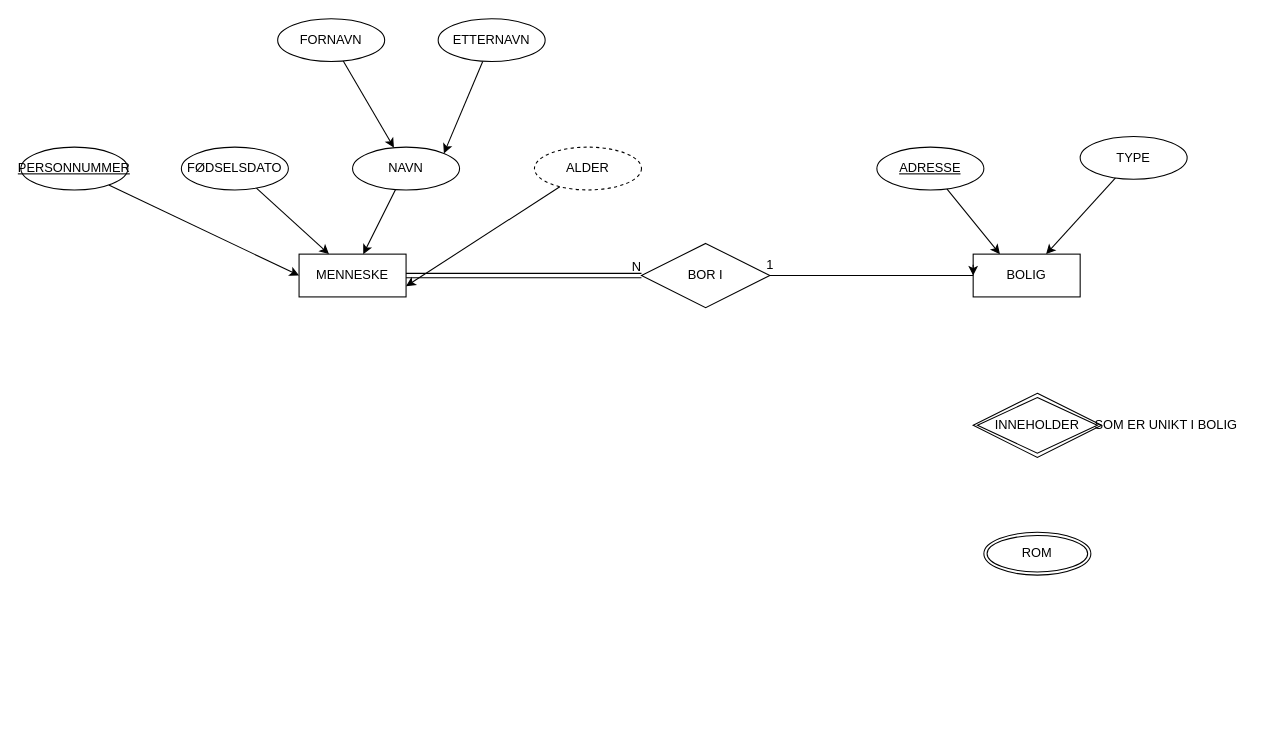
Earlier version of the draw.io diagram mennesker.drawio (nuskudar94/2090Databaser). Source tidied: cells renumbered, new cells numbered last; positions are measured from the earlier drawing's top-left corner, leaving out a move shared by most shapes. Both pictures are drawn from the tidied source at 107%, with x=0, y=0 at pixel (20, 18).
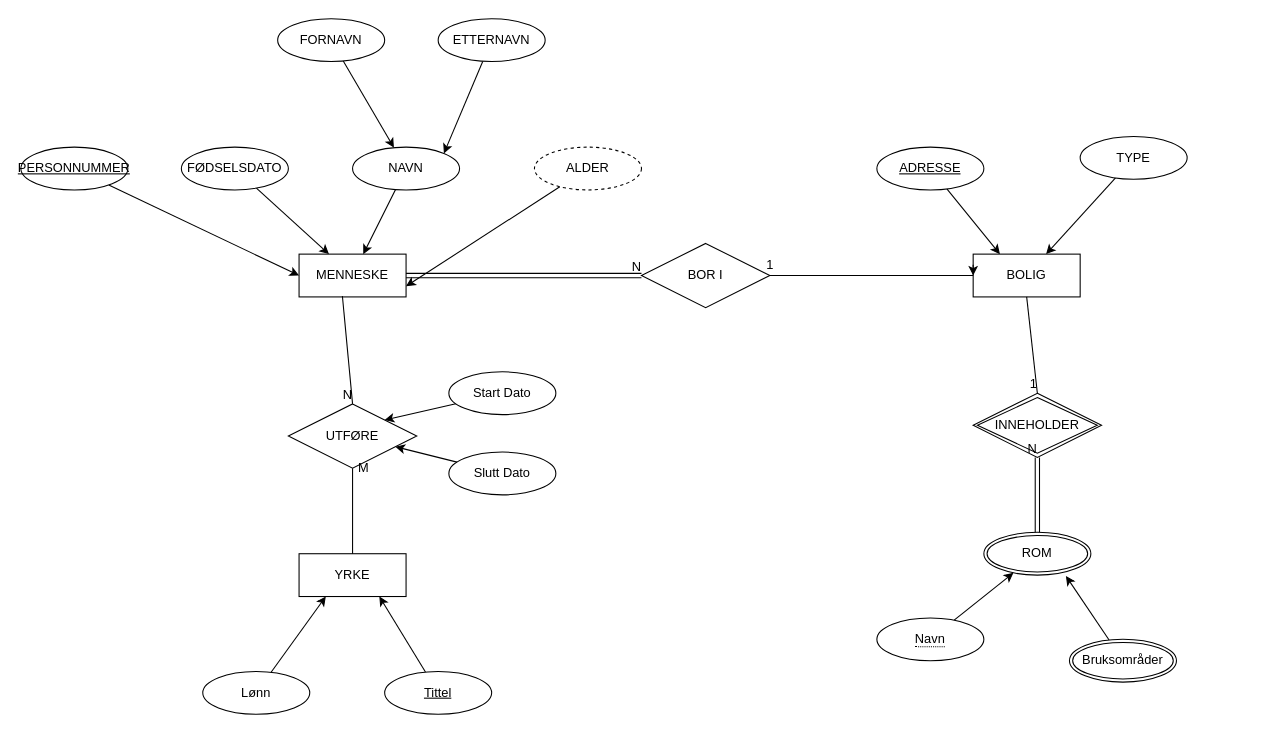
After the change.

The change refers to these unchanged cells:
```xml
<mxCell id="2" value="MENNESKE&lt;br&gt;" style="whiteSpace=wrap;html=1;align=center;" parent="1" vertex="1">
  <mxGeometry x="260" y="220" width="100" height="40" as="geometry" />
</mxCell>
<mxCell id="18" value="BOLIG" style="whiteSpace=wrap;html=1;align=center;" parent="1" vertex="1">
  <mxGeometry x="890" y="220" width="100" height="40" as="geometry" />
</mxCell>
<mxCell id="26" value="INNEHOLDER" style="shape=rhombus;double=1;perimeter=rhombusPerimeter;whiteSpace=wrap;html=1;align=center;" parent="1" vertex="1">
  <mxGeometry x="890" y="350" width="120" height="60" as="geometry" />
</mxCell>
<mxCell id="27" value="ROM" style="ellipse;shape=doubleEllipse;margin=3;whiteSpace=wrap;html=1;align=center;" parent="1" vertex="1">
  <mxGeometry x="900" y="480" width="100" height="40" as="geometry" />
</mxCell>
```

Change to the diagram source:
```diff
@@
-    <mxCell id="28" value="SOM ER UNIKT I BOLIG" style="text;html=1;align=center;verticalAlign=middle;strokeColor=none;fillColor=none;" parent="1" vertex="1">
-      <mxGeometry x="990" y="365" width="160" height="30" as="geometry" />
-    </mxCell>
+    <mxCell id="29" style="endArrow=none;html=1;rounded=0;entryX=0.5;entryY=0;entryDx=0;entryDy=0;exitX=0.5;exitY=1;exitDx=0;exitDy=0;" parent="1" edge="1" source="18" target="26">
+      <mxGeometry relative="1" as="geometry" />
+    </mxCell>
+    <mxCell id="30" value="1" style="html=1;align=right;verticalAlign=bottom;" parent="29" vertex="1">
+      <mxGeometry x="1" relative="1" as="geometry" />
+    </mxCell>
+    <mxCell id="31" style="shape=link;html=1;rounded=0;entryX=0.5;entryY=1;entryDx=0;entryDy=0;exitX=0.5;exitY=0;exitDx=0;exitDy=0;" parent="1" edge="1" source="27" target="26">
+      <mxGeometry relative="1" as="geometry" />
+    </mxCell>
+    <mxCell id="32" value="N" style="html=1;align=right;verticalAlign=bottom;" parent="31" vertex="1">
+      <mxGeometry x="1" relative="1" as="geometry" />
+    </mxCell>
+    <mxCell id="33" style="edgeStyle=none;html=1;entryX=0.767;entryY=1.019;entryDx=0;entryDy=0;entryPerimeter=0;" parent="1" edge="1" source="34" target="27">
+      <mxGeometry relative="1" as="geometry" />
+    </mxCell>
+    <mxCell id="34" value="Bruksområder" style="ellipse;shape=doubleEllipse;margin=3;whiteSpace=wrap;html=1;align=center;" parent="1" vertex="1">
+      <mxGeometry x="980" y="580" width="100" height="40" as="geometry" />
+    </mxCell>
+    <mxCell id="35" style="edgeStyle=none;html=1;" parent="1" edge="1" source="36" target="27">
+      <mxGeometry relative="1" as="geometry" />
+    </mxCell>
+    <mxCell id="36" value="&lt;span style=&quot;border-bottom: 1px dotted&quot;&gt;Navn&lt;/span&gt;" style="ellipse;whiteSpace=wrap;html=1;align=center;" parent="1" vertex="1">
+      <mxGeometry x="800" y="560" width="100" height="40" as="geometry" />
+    </mxCell>
+    <mxCell id="37" value="UTFØRE" style="shape=rhombus;perimeter=rhombusPerimeter;whiteSpace=wrap;html=1;align=center;" parent="1" vertex="1">
+      <mxGeometry x="250" y="360" width="120" height="60" as="geometry" />
+    </mxCell>
+    <mxCell id="38" style="endArrow=none;html=1;rounded=0;exitX=0.405;exitY=0.982;exitDx=0;exitDy=0;exitPerimeter=0;entryX=0.5;entryY=0;entryDx=0;entryDy=0;" parent="1" edge="1" source="2" target="37">
+      <mxGeometry relative="1" as="geometry" />
+    </mxCell>
+    <mxCell id="39" value="N" style="html=1;align=right;verticalAlign=bottom;" parent="38" vertex="1">
+      <mxGeometry x="1" relative="1" as="geometry" />
+    </mxCell>
+    <mxCell id="40" value="YRKE" style="whiteSpace=wrap;html=1;align=center;" parent="1" vertex="1">
+      <mxGeometry x="260" y="500" width="100" height="40" as="geometry" />
+    </mxCell>
+    <mxCell id="41" style="endArrow=none;html=1;rounded=0;exitX=0.5;exitY=0;exitDx=0;exitDy=0;" parent="1" edge="1" source="40" target="37">
+      <mxGeometry relative="1" as="geometry" />
+    </mxCell>
+    <mxCell id="42" value="M" style="text;html=1;align=center;verticalAlign=middle;strokeColor=none;fillColor=none;" parent="1" vertex="1">
+      <mxGeometry x="305" y="405" width="30" height="30" as="geometry" />
+    </mxCell>
+    <mxCell id="43" style="edgeStyle=none;html=1;entryX=0.25;entryY=1;entryDx=0;entryDy=0;" parent="1" edge="1" source="44" target="40">
+      <mxGeometry relative="1" as="geometry" />
+    </mxCell>
+    <mxCell id="44" value="Lønn" style="ellipse;whiteSpace=wrap;html=1;align=center;" parent="1" vertex="1">
+      <mxGeometry x="170" y="610" width="100" height="40" as="geometry" />
+    </mxCell>
+    <mxCell id="45" style="edgeStyle=none;html=1;entryX=0.75;entryY=1;entryDx=0;entryDy=0;" parent="1" edge="1" source="46" target="40">
+      <mxGeometry relative="1" as="geometry" />
+    </mxCell>
+    <mxCell id="46" value="Tittel" style="ellipse;whiteSpace=wrap;html=1;align=center;fontStyle=4;" parent="1" vertex="1">
+      <mxGeometry x="340" y="610" width="100" height="40" as="geometry" />
+    </mxCell>
+    <mxCell id="47" style="edgeStyle=none;html=1;entryX=1;entryY=0;entryDx=0;entryDy=0;" parent="1" edge="1" source="48" target="37">
+      <mxGeometry relative="1" as="geometry" />
+    </mxCell>
+    <mxCell id="48" value="Start Dato" style="ellipse;whiteSpace=wrap;html=1;align=center;" parent="1" vertex="1">
+      <mxGeometry x="400" y="330" width="100" height="40" as="geometry" />
+    </mxCell>
+    <mxCell id="49" style="edgeStyle=none;html=1;" parent="1" edge="1" source="50" target="37">
+      <mxGeometry relative="1" as="geometry" />
+    </mxCell>
+    <mxCell id="50" value="Slutt Dato" style="ellipse;whiteSpace=wrap;html=1;align=center;" parent="1" vertex="1">
+      <mxGeometry x="400" y="405" width="100" height="40" as="geometry" />
+    </mxCell>
```
